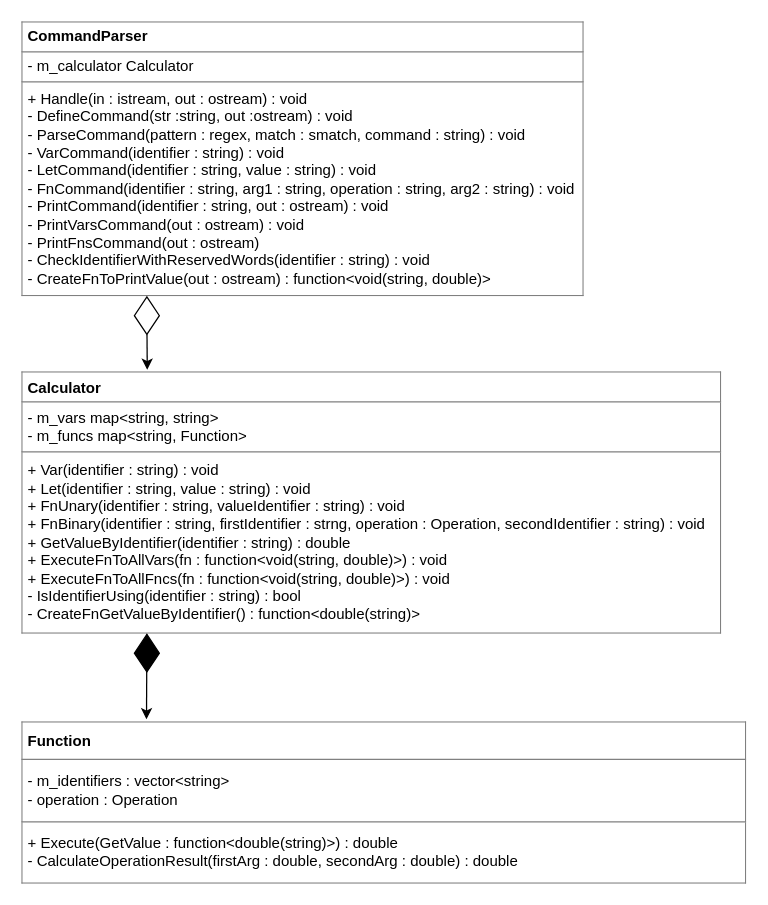
The draw.io diagram lw3/2/Diagram.drawio in ProstP/OOP, before the edit. Source tidied: cells renumbered, new cells numbered last; positions are measured from the earlier drawing's top-left corner, leaving out a move shared by most shapes. Both pictures are drawn from the tidied source at 125%, with x=0, y=0 at pixel (21, 21).
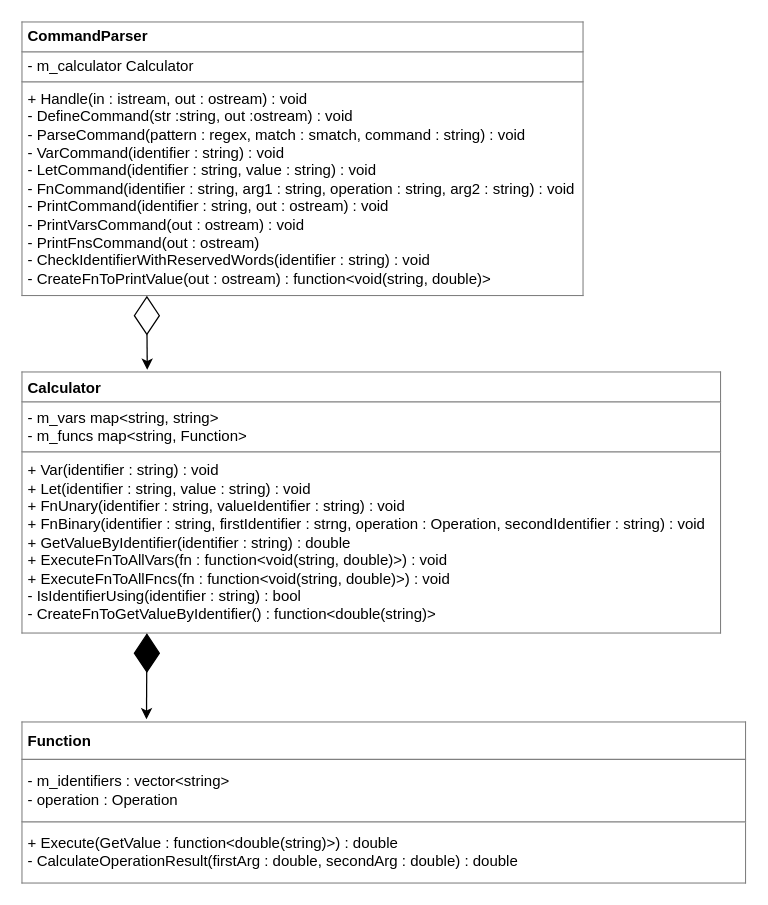
After the change.

Diff of the diagram source:
```diff
@@
 <mxGraphModel>
   <root>
     <mxCell id="0" />
     <mxCell id="1" parent="0" />
     <mxCell id="2" value="&lt;table border=&quot;1&quot; width=&quot;100%&quot; height=&quot;100%&quot; cellpadding=&quot;4&quot; style=&quot;width:100%;height:100%;border-collapse:collapse;&quot;&gt;&lt;tbody&gt;&lt;tr&gt;&lt;th&gt;&lt;b&gt;CommandParser&lt;/b&gt;&lt;/th&gt;&lt;/tr&gt;&lt;tr&gt;&lt;td&gt;- m_calculator Calculator&lt;/td&gt;&lt;/tr&gt;&lt;tr&gt;&lt;td&gt;+ Handle(in : istream, out : ostream) : void&lt;br&gt;- DefineCommand(str :string, out :ostream) : void&lt;br&gt;- ParseCommand(pattern : regex, match : smatch, command : string) : void&lt;br&gt;-&amp;nbsp;VarCommand(identifier : string) : void&lt;br&gt;-&amp;nbsp;LetCommand(identifier : string, value : string) : void&lt;br&gt;- FnCommand(identifier : string, arg1 : string, operation : string, arg2 : string) : void&lt;br&gt;- PrintCommand(identifier : string, out : ostream) : void&lt;br&gt;-&amp;nbsp;PrintVarsCommand(out : ostream) : void&lt;br&gt;-&amp;nbsp;PrintFnsCommand(out : ostream)&lt;br&gt;-&amp;nbsp;CheckIdentifierWithReservedWords(identifier : string) : void&lt;br&gt;- CreateFnToPrintValue(out : ostream) : function&amp;lt;void(string, double)&amp;gt;&lt;br&gt;&lt;/td&gt;&lt;/tr&gt;&lt;/tbody&gt;&lt;/table&gt;" style="text;html=1;whiteSpace=wrap;strokeColor=none;fillColor=none;overflow=fill;align=left;" parent="1" vertex="1">
       <mxGeometry width="450" height="220" as="geometry" />
     </mxCell>
-    <mxCell id="3" value="&lt;table border=&quot;1&quot; width=&quot;100%&quot; height=&quot;100%&quot; cellpadding=&quot;4&quot; style=&quot;width:100%;height:100%;border-collapse:collapse;&quot;&gt;&lt;tbody&gt;&lt;tr&gt;&lt;th&gt;&lt;b&gt;Calculator&lt;/b&gt;&lt;/th&gt;&lt;/tr&gt;&lt;tr&gt;&lt;td&gt;- m_vars map&amp;lt;string, string&amp;gt;&lt;br&gt;- m_funcs map&amp;lt;string, Function&amp;gt;&lt;br&gt;&lt;/td&gt;&lt;/tr&gt;&lt;tr&gt;&lt;td&gt;+ Var(identifier : string) : void&lt;br&gt;+ Let(identifier : string, value : string) : void&lt;br&gt;+ FnUnary(identifier : string, valueIdentifier : string) : void&lt;br&gt;+ FnBinary(identifier : string, firstIdentifier : strng, operation : Operation, secondIdentifier : string) : void&lt;br&gt;+ GetValueByIdentifier(identifier : string) : double&lt;br&gt;+&amp;nbsp;ExecuteFnToAllVars(fn : function&amp;lt;void(string, double)&amp;gt;) : void&lt;br&gt;+ ExecuteFnToAllFncs(fn : function&amp;lt;void(string, double)&amp;gt;) : void&lt;br&gt;-&amp;nbsp;IsIdentifierUsing(identifier : string) : bool&lt;br&gt;-&amp;nbsp;CreateFnGetValueByIdentifier() : function&amp;lt;double(string)&amp;gt;&lt;/td&gt;&lt;/tr&gt;&lt;/tbody&gt;&lt;/table&gt;" style="text;html=1;whiteSpace=wrap;strokeColor=none;fillColor=none;overflow=fill;align=left;" parent="1" vertex="1">
+    <mxCell id="3" value="&lt;table border=&quot;1&quot; width=&quot;100%&quot; height=&quot;100%&quot; cellpadding=&quot;4&quot; style=&quot;width:100%;height:100%;border-collapse:collapse;&quot;&gt;&lt;tbody&gt;&lt;tr&gt;&lt;th&gt;&lt;b&gt;Calculator&lt;/b&gt;&lt;/th&gt;&lt;/tr&gt;&lt;tr&gt;&lt;td&gt;- m_vars map&amp;lt;string, string&amp;gt;&lt;br&gt;- m_funcs map&amp;lt;string, Function&amp;gt;&lt;br&gt;&lt;/td&gt;&lt;/tr&gt;&lt;tr&gt;&lt;td&gt;+ Var(identifier : string) : void&lt;br&gt;+ Let(identifier : string, value : string) : void&lt;br&gt;+ FnUnary(identifier : string, valueIdentifier : string) : void&lt;br&gt;+ FnBinary(identifier : string, firstIdentifier : strng, operation : Operation, secondIdentifier : string) : void&lt;br&gt;+ GetValueByIdentifier(identifier : string) : double&lt;br&gt;+&amp;nbsp;ExecuteFnToAllVars(fn : function&amp;lt;void(string, double)&amp;gt;) : void&lt;br&gt;+ ExecuteFnToAllFncs(fn : function&amp;lt;void(string, double)&amp;gt;) : void&lt;br&gt;-&amp;nbsp;IsIdentifierUsing(identifier : string) : bool&lt;br&gt;-&amp;nbsp;CreateFnToGetValueByIdentifier() : function&amp;lt;double(string)&amp;gt;&lt;/td&gt;&lt;/tr&gt;&lt;/tbody&gt;&lt;/table&gt;" style="text;html=1;whiteSpace=wrap;strokeColor=none;fillColor=none;overflow=fill;align=left;" parent="1" vertex="1">
       <mxGeometry y="280" width="560" height="210" as="geometry" />
     </mxCell>
     <mxCell id="4" value="&lt;table border=&quot;1&quot; width=&quot;100%&quot; height=&quot;100%&quot; cellpadding=&quot;4&quot; style=&quot;width:100%;height:100%;border-collapse:collapse;&quot;&gt;&lt;tbody&gt;&lt;tr&gt;&lt;th&gt;&lt;b&gt;Function&lt;/b&gt;&lt;/th&gt;&lt;/tr&gt;&lt;tr&gt;&lt;td&gt;- m_identifiers : vector&amp;lt;string&amp;gt;&lt;br&gt;- operation : Operation&lt;/td&gt;&lt;/tr&gt;&lt;tr&gt;&lt;td&gt;+ Execute(GetValue : function&amp;lt;double(string)&amp;gt;) : double&lt;br&gt;-&amp;nbsp;CalculateOperationResult(firstArg : double, secondArg : double) : double&lt;br&gt;&lt;/td&gt;&lt;/tr&gt;&lt;/tbody&gt;&lt;/table&gt;" style="text;html=1;whiteSpace=wrap;strokeColor=none;fillColor=none;overflow=fill;align=left;" parent="1" vertex="1">
       <mxGeometry y="560" width="580" height="130" as="geometry" />
     </mxCell>
     <mxCell id="5" style="endArrow=classic;html=1;rounded=0;entryX=0.176;entryY=-0.009;entryDx=0;entryDy=0;entryPerimeter=0;" parent="1" edge="1" source="8">
       <mxGeometry relative="1" as="geometry">
         <mxPoint x="100.3" y="278.3" as="targetPoint" />
       </mxGeometry>
     </mxCell>
     <mxCell id="6" style="endArrow=classic;html=1;rounded=0;entryX=0.176;entryY=-0.009;entryDx=0;entryDy=0;entryPerimeter=0;exitX=0.5;exitY=0;exitDx=0;exitDy=0;" parent="1" edge="1" source="7">
       <mxGeometry relative="1" as="geometry">
         <mxPoint x="99.7" y="558" as="targetPoint" />
       </mxGeometry>
     </mxCell>
     <mxCell id="7" style="rhombus;whiteSpace=wrap;html=1;fillColor=#000000;" parent="1" vertex="1">
       <mxGeometry x="90" y="490" width="20" height="30" as="geometry" />
     </mxCell>
     <mxCell id="8" style="rhombus;whiteSpace=wrap;html=1;" parent="1" vertex="1">
       <mxGeometry x="90" y="220" width="20" height="30" as="geometry" />
     </mxCell>
   </root>
 </mxGraphModel>
```
